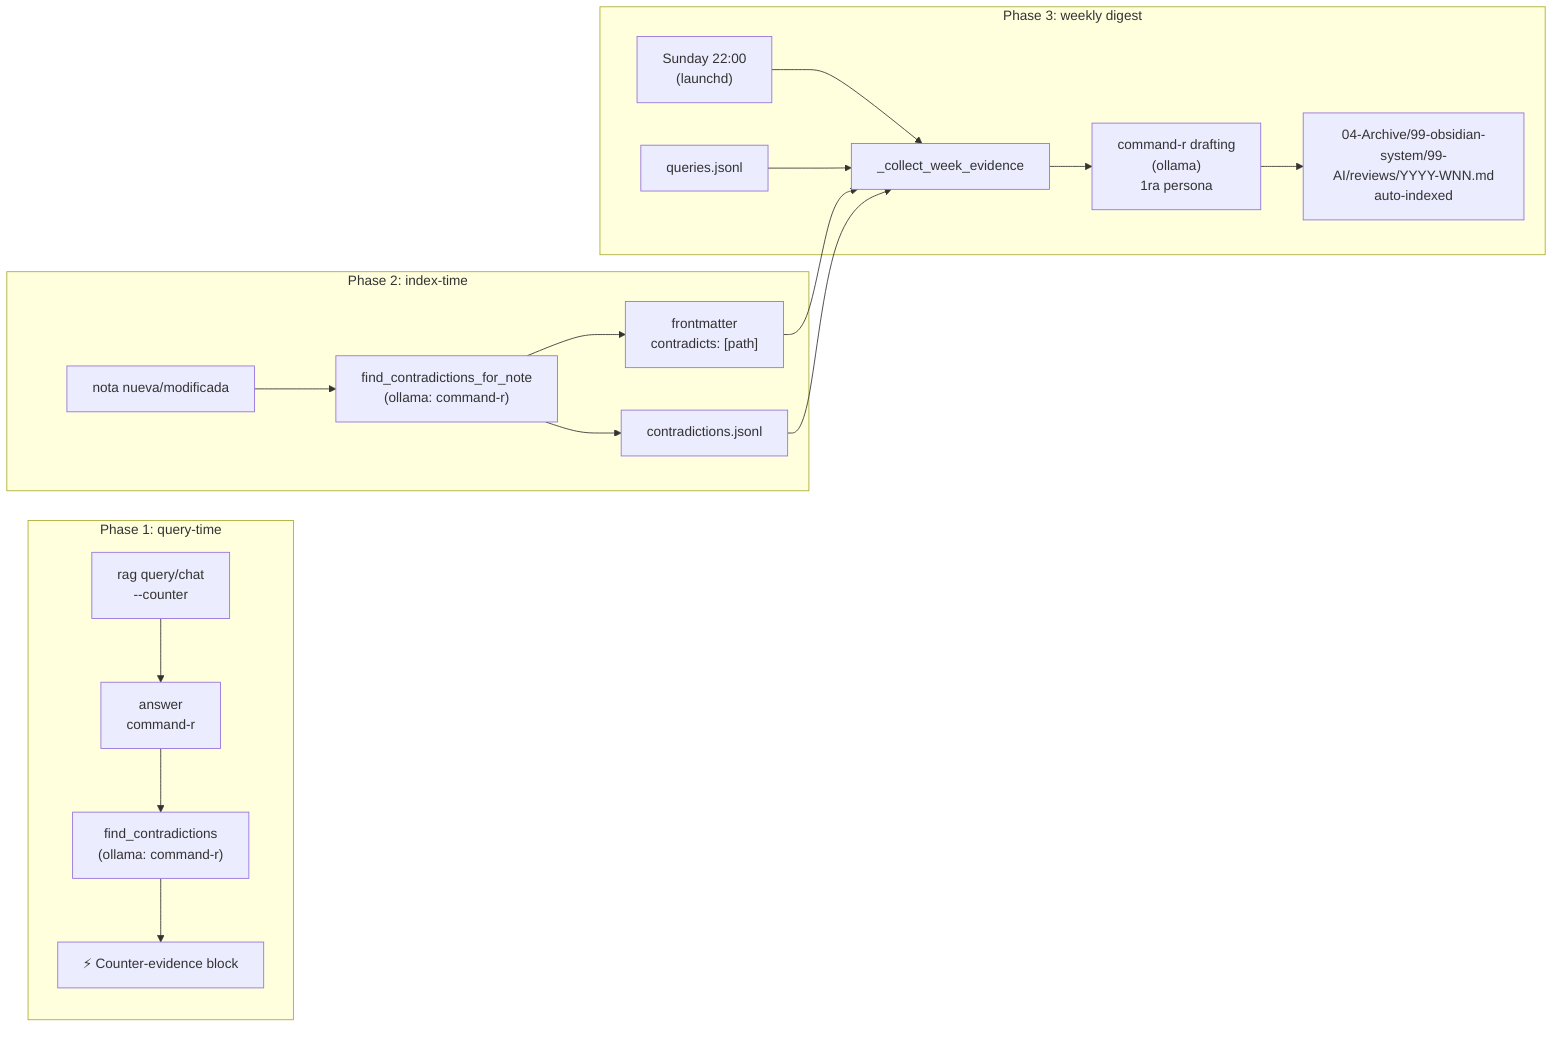
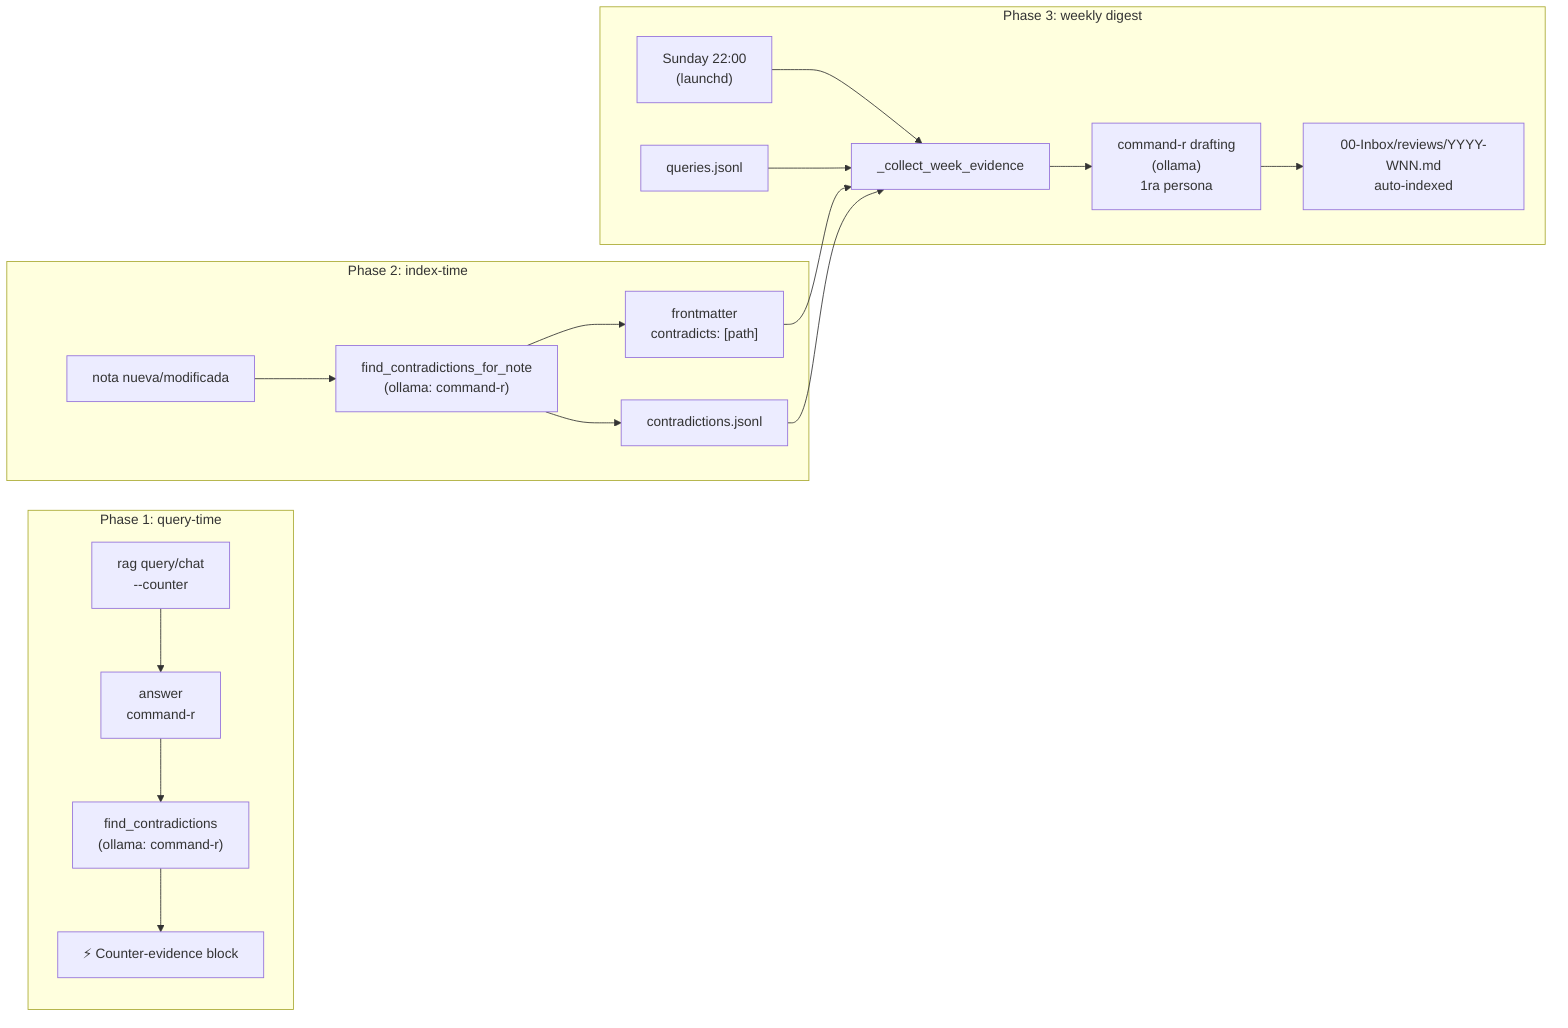
flowchart LR
    subgraph P1[Phase 1: query-time]
        Q[rag query/chat<br/>--counter] --> A[answer<br/>command-r]
        A --> Find1["find_contradictions<br/>(ollama: command-r)"]
        Find1 --> Render[⚡ Counter-evidence block]
    end
    subgraph P2[Phase 2: index-time]
        Edit[nota nueva/modificada] --> Find2["find_contradictions_for_note<br/>(ollama: command-r)"]
        Find2 --> FM["frontmatter<br/>contradicts: [path]"]
        Find2 --> JSONL[contradictions.jsonl]
    end
    subgraph P3[Phase 3: weekly digest]
        Cron["Sunday 22:00<br/>(launchd)"] --> Collect[_collect_week_evidence]
        FM --> Collect
        JSONL --> Collect
        QLogD[queries.jsonl] --> Collect
        Collect --> Draft["command-r drafting<br/>(ollama)<br/>1ra persona"]
-         Draft --> Note[04-Archive/99-obsidian-system/99-AI/reviews/YYYY-WNN.md<br/>auto-indexed]
+         Draft --> Note[00-Inbox/reviews/YYYY-WNN.md<br/>auto-indexed]
    end
